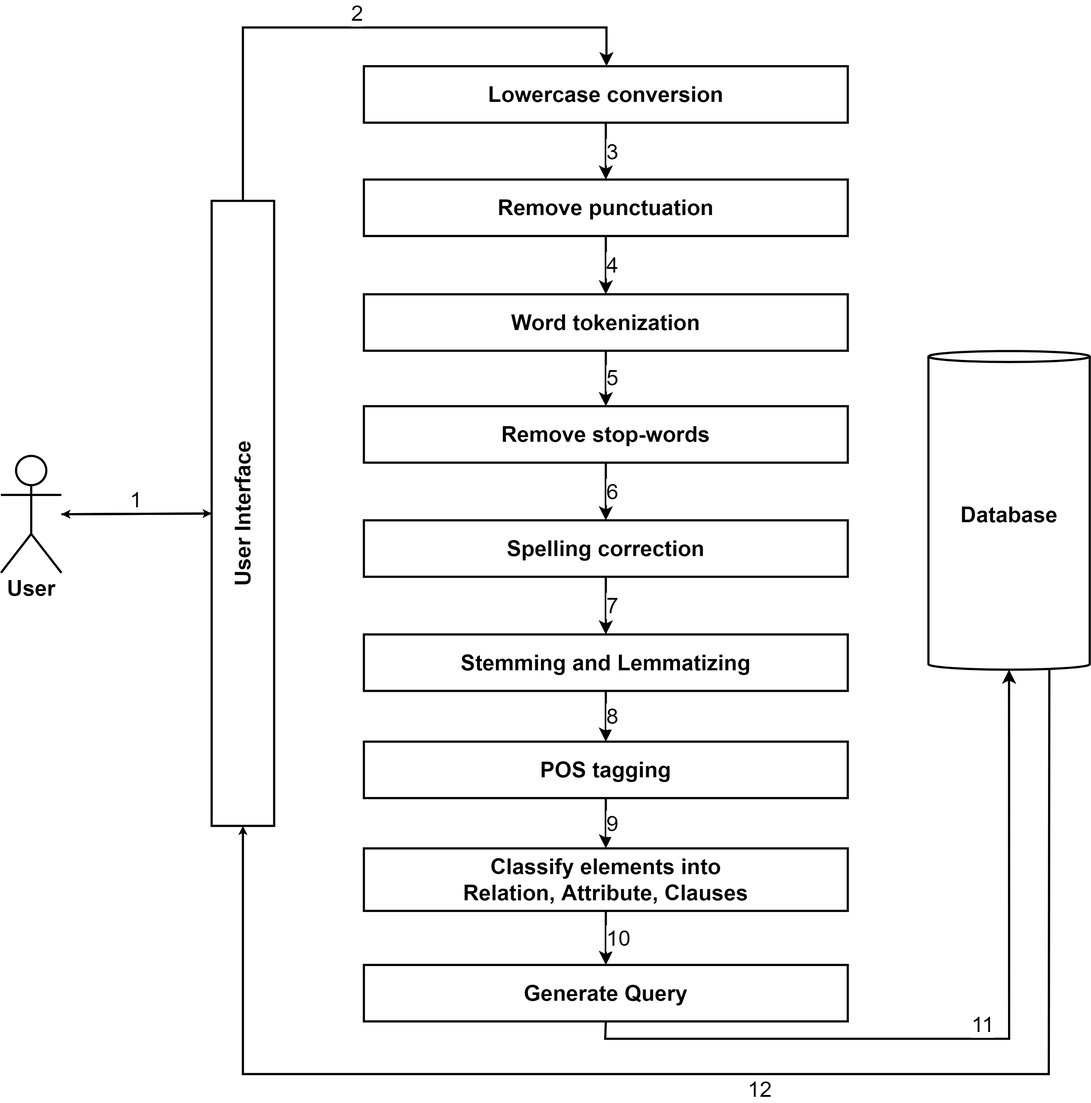
This is docs/nlp_pipeline.png from fyp-volunteer-app/nlp-search, a draw.io export, as it was before one commit. Source tidied: cells renumbered, new cells last; positions are measured from the earlier drawing's top-left corner, leaving out a move shared by most shapes.
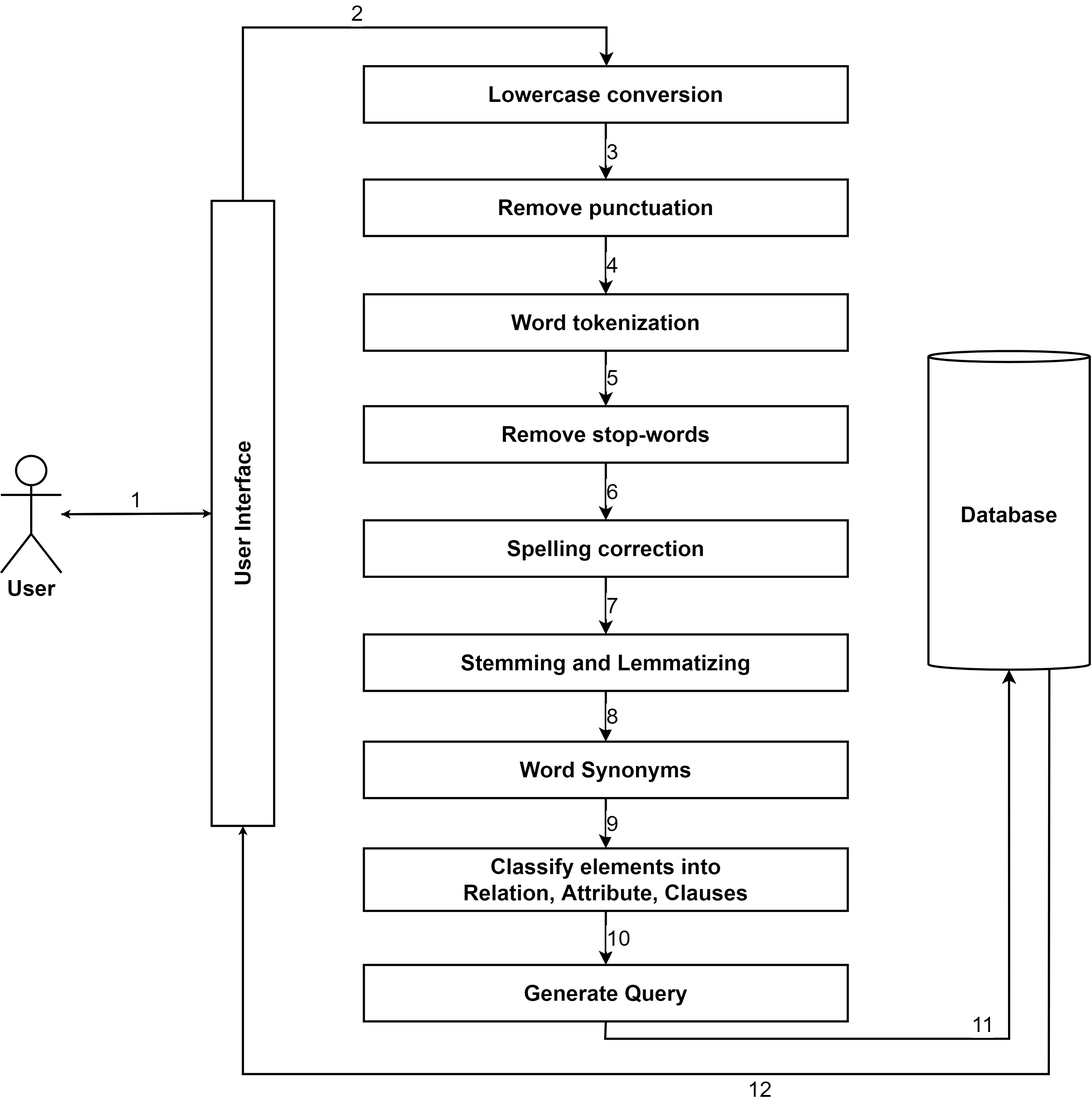
The same diagram one commit later.

Change to the diagram source:
```diff
@@ -87,7 +87,7 @@
     <mxCell id="24" value="9" style="rounded=0;jettySize=auto;html=1;labelPosition=right;verticalLabelPosition=middle;align=left;verticalAlign=middle;fontSize=60;strokeWidth=6;endSize=20;" parent="1" edge="1" source="25" target="13">
       <mxGeometry relative="1" as="geometry" />
     </mxCell>
-    <mxCell id="25" value="POS tagging" style="rounded=0;whiteSpace=wrap;html=1;fontFamily=Helvetica;fontSize=60;fontStyle=1;strokeWidth=6;" parent="1" vertex="1">
+    <mxCell id="25" value="Word Synonyms" style="rounded=0;whiteSpace=wrap;html=1;fontFamily=Helvetica;fontSize=60;fontStyle=1;strokeWidth=6;" parent="1" vertex="1">
       <mxGeometry x="1191.4" y="1962.5" width="1329.7" height="155.1" as="geometry" />
     </mxCell>
     <mxCell id="26" value="8" style="rounded=0;jettySize=auto;html=1;entryX=0.5;entryY=0;entryDx=0;entryDy=0;labelPosition=right;verticalLabelPosition=middle;align=left;verticalAlign=middle;fontSize=60;strokeWidth=6;endSize=20;" parent="1" edge="1" source="8" target="25">
```
